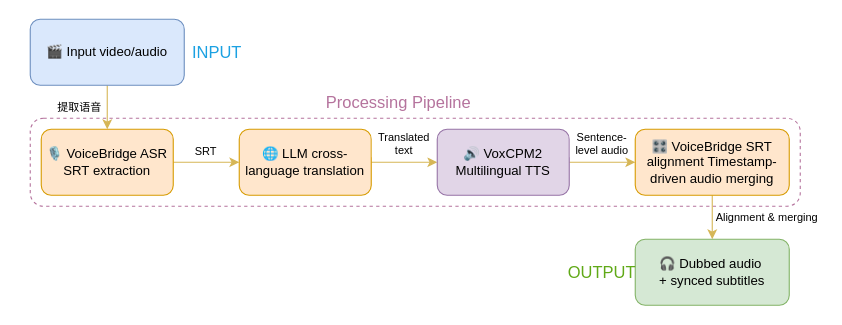
Above: assets/architecture_en.drawio in YanTianlong-01/VoiceGate (draw.io), before the change. Source tidied: cells renumbered, new cells numbered last; positions are measured from the earlier drawing's top-left corner, leaving out a move shared by most shapes. Both pictures are drawn from the tidied source at 110%, with x=0, y=0 at pixel (30, 19).
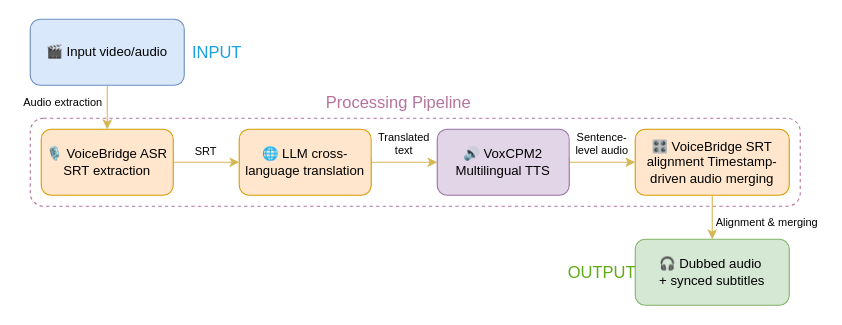
The same page after the edit.

Commit message (it also covers changes not shown here):
修改结构图 en svg

Change to the diagram source:
```diff
@@
     <mxCell id="17" value="Alignment &amp;amp; merging" style="text;html=1;align=center;verticalAlign=middle;whiteSpace=wrap;rounded=0;fontSize=10;labelBorderColor=none;labelBackgroundColor=default;" parent="1" vertex="1">
-      <mxGeometry x="620" y="170" width="100" height="20" as="geometry" />
+      <mxGeometry x="620" y="174" width="100" height="20" as="geometry" />
     </mxCell>
-    <mxCell id="18" value="提取语音" style="text;html=1;align=center;verticalAlign=middle;whiteSpace=wrap;rounded=0;fontSize=10;labelBackgroundColor=default;labelBorderColor=none;" parent="1" vertex="1">
-      <mxGeometry x="20" y="70" width="50" height="20" as="geometry" />
+    <mxCell id="18" value="Audio extraction" style="text;html=1;align=center;verticalAlign=middle;whiteSpace=wrap;rounded=0;fontSize=10;labelBackgroundColor=default;labelBorderColor=none;" parent="1" vertex="1">
+      <mxGeometry x="-10" y="65" width="80" height="20" as="geometry" />
     </mxCell>
```
